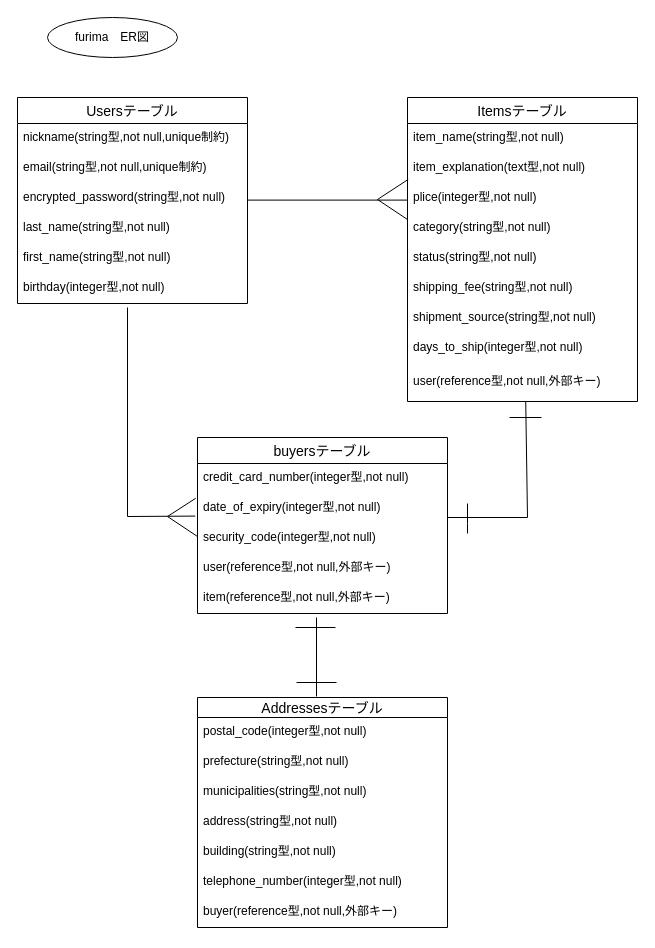
Earlier version of the draw.io diagram ER.dio (basyobasyo/furima-36683). Source tidied: cells renumbered, new cells numbered last; positions are measured from the earlier drawing's top-left corner, leaving out a move shared by most shapes. Both pictures are drawn from the tidied source at 100%, with x=0, y=0 at pixel (17, 17).
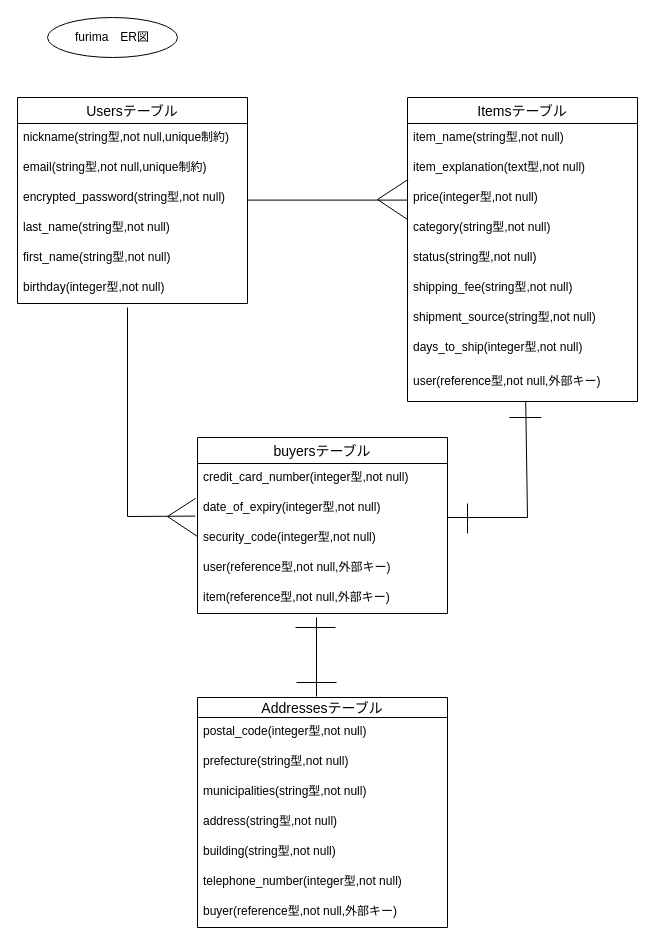
The same diagram, later.

The change refers to these unchanged cells:
```xml
<mxCell id="10" value="Itemsテーブル" style="swimlane;fontStyle=0;horizontal=1;startSize=26;align=center;fontSize=14;" parent="1" vertex="1">
  <mxGeometry x="390" y="80" width="230" height="304" as="geometry" />
</mxCell>
```

Diff of the diagram source:
```diff
@@
-    <mxCell id="13" value="plice(integer型,not null)" style="text;strokeColor=none;fillColor=none;spacingLeft=4;spacingRight=4;overflow=hidden;fontSize=12;" parent="10" vertex="1">
+    <mxCell id="13" value="price(integer型,not null)" style="text;strokeColor=none;fillColor=none;spacingLeft=4;spacingRight=4;overflow=hidden;fontSize=12;" parent="10" vertex="1">
       <mxGeometry y="86" width="230" height="30" as="geometry" />
     </mxCell>
```
